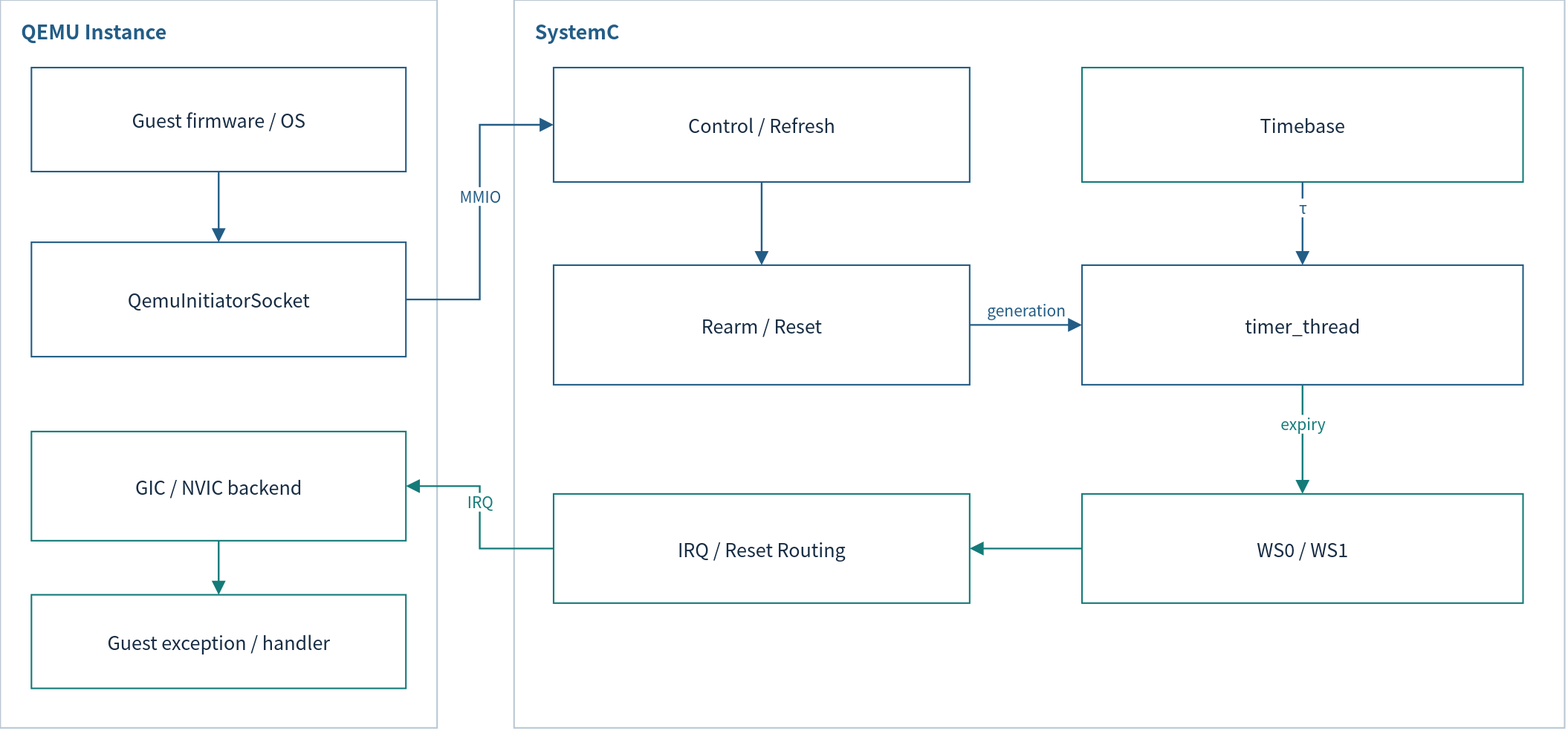
Earlier version of the draw.io export doc/phase1/watchdog/diagrams/04-qbox-model.drawio.svg (cometzero/project-apollo). Source tidied: cells renumbered, new cells last; positions are measured from the earlier drawing's top-left corner, leaving out a move shared by most shapes.
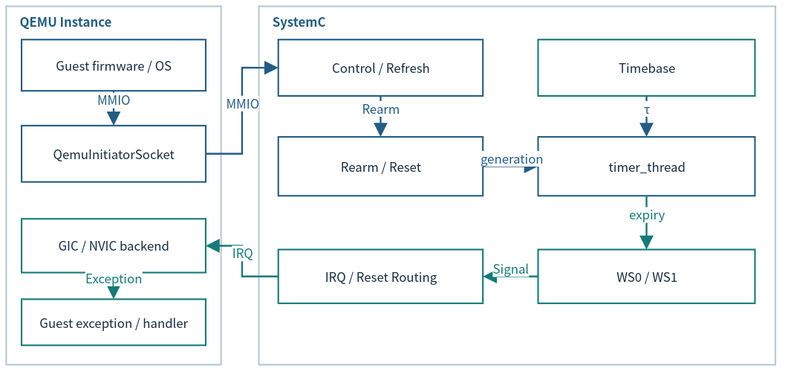
After the change.

Change to the diagram source:
```diff
@@ -2,91 +2,91 @@
   <root>
     <mxCell id="0" />
     <mxCell id="1" parent="0" />
-    <mxCell id="2" style="rounded=0;whiteSpace=wrap;html=1;fillColor=#FFFFFF;strokeWidth=1.5;fontFamily=Noto Sans CJK KR;fontSize=18;spacing=12;fontColor=#172C43;strokeColor=#BAC7D3;" parent="1" vertex="1">
-      <mxGeometry width="420" height="700" as="geometry" />
+    <mxCell id="2" style="rounded=0;whiteSpace=wrap;html=1;fillColor=#FFFFFF;strokeWidth=1.5;fontFamily=Noto Sans CJK KR;fontColor=#172C43;strokeColor=#BAC7D3;fontSize=12;spacing=3;whiteSpace=wrap;" parent="1" vertex="1">
+      <mxGeometry x="-36" y="-198" width="206.7" height="344.4" as="geometry" />
     </mxCell>
-    <mxCell id="3" value="QEMU Instance" style="rounded=0;whiteSpace=wrap;html=1;fillColor=#FFFFFF;strokeWidth=1.5;fontFamily=Noto Sans CJK KR;fontSize=18;spacing=12;fontColor=#172C43;strokeColor=none;fillColor=none;spacing=0;align=left;verticalAlign=middle;fontSize=19;fontColor=#235D86;fontStyle=1;" parent="1" vertex="1">
-      <mxGeometry x="20" y="14" width="380" height="32" as="geometry" />
+    <mxCell id="3" value="QEMU Instance" style="rounded=0;whiteSpace=wrap;html=1;fillColor=#FFFFFF;strokeWidth=1.5;fontFamily=Noto Sans CJK KR;fontColor=#172C43;strokeColor=none;fillColor=none;align=left;verticalAlign=middle;fontColor=#235D86;fontStyle=1;fontSize=12;spacing=3;whiteSpace=wrap;" parent="1" vertex="1">
+      <mxGeometry x="-26.2" y="-191.1" width="187" height="15.7" as="geometry" />
     </mxCell>
-    <mxCell id="4" value="Guest firmware / OS" style="rounded=0;whiteSpace=wrap;html=1;fillColor=#FFFFFF;strokeWidth=1.5;fontFamily=Noto Sans CJK KR;fontSize=18;spacing=12;fontColor=#172C43;strokeColor=#235D86;" parent="1" vertex="1">
-      <mxGeometry x="30" y="65" width="360" height="100" as="geometry" />
+    <mxCell id="4" value="Guest firmware / OS" style="rounded=0;whiteSpace=wrap;html=1;fillColor=#FFFFFF;strokeWidth=1.5;fontFamily=Noto Sans CJK KR;fontColor=#172C43;strokeColor=#235D86;fontSize=12;spacing=3;whiteSpace=wrap;" parent="1" vertex="1">
+      <mxGeometry x="-21.2" y="-166" width="177.1" height="49.2" as="geometry" />
     </mxCell>
-    <mxCell id="5" value="QemuInitiatorSocket" style="rounded=0;whiteSpace=wrap;html=1;fillColor=#FFFFFF;strokeWidth=1.5;fontFamily=Noto Sans CJK KR;fontSize=18;spacing=12;fontColor=#172C43;strokeColor=#235D86;" parent="1" vertex="1">
-      <mxGeometry x="30" y="233" width="360" height="110" as="geometry" />
+    <mxCell id="5" value="QemuInitiatorSocket" style="rounded=0;whiteSpace=wrap;html=1;fillColor=#FFFFFF;strokeWidth=1.5;fontFamily=Noto Sans CJK KR;fontColor=#172C43;strokeColor=#235D86;fontSize=12;spacing=3;whiteSpace=wrap;" parent="1" vertex="1">
+      <mxGeometry x="-21.2" y="-83.4" width="177.1" height="54.1" as="geometry" />
     </mxCell>
-    <mxCell id="6" value="GIC / NVIC backend" style="rounded=0;whiteSpace=wrap;html=1;fillColor=#FFFFFF;strokeWidth=1.5;fontFamily=Noto Sans CJK KR;fontSize=18;spacing=12;fontColor=#172C43;strokeColor=#147B79;" parent="1" vertex="1">
-      <mxGeometry x="30" y="415" width="360" height="105" as="geometry" />
+    <mxCell id="6" value="GIC / NVIC backend" style="rounded=0;whiteSpace=wrap;html=1;fillColor=#FFFFFF;strokeWidth=1.5;fontFamily=Noto Sans CJK KR;fontColor=#172C43;strokeColor=#147B79;fontSize=12;spacing=3;whiteSpace=wrap;" parent="1" vertex="1">
+      <mxGeometry x="-21.2" y="6.2" width="177.1" height="51.7" as="geometry" />
     </mxCell>
-    <mxCell id="7" value="Guest exception / handler" style="rounded=0;whiteSpace=wrap;html=1;fillColor=#FFFFFF;strokeWidth=1.5;fontFamily=Noto Sans CJK KR;fontSize=18;spacing=12;fontColor=#172C43;strokeColor=#147B79;" parent="1" vertex="1">
-      <mxGeometry x="30" y="572" width="360" height="90" as="geometry" />
+    <mxCell id="7" value="Guest exception / handler" style="rounded=0;whiteSpace=wrap;html=1;fillColor=#FFFFFF;strokeWidth=1.5;fontFamily=Noto Sans CJK KR;fontColor=#172C43;strokeColor=#147B79;fontSize=12;spacing=3;whiteSpace=wrap;" parent="1" vertex="1">
+      <mxGeometry x="-21.2" y="83.4" width="177.1" height="44.3" as="geometry" />
     </mxCell>
-    <mxCell id="8" style="html=1;whiteSpace=nowrap;edgeStyle=orthogonalEdgeStyle;rounded=0;endArrow=block;endSize=9;strokeWidth=1.7;strokeColor=#235D86;fontColor=#235D86;fontFamily=Noto Sans CJK KR;fontSize=15;labelBackgroundColor=#FFFFFF;" parent="1" edge="1" source="4" target="5">
+    <mxCell id="8" value="MMIO" style="html=1;edgeStyle=orthogonalEdgeStyle;rounded=0;endArrow=block;endSize=9;strokeWidth=1.7;strokeColor=#235D86;fontColor=#235D86;fontFamily=Noto Sans CJK KR;labelBackgroundColor=#FFFFFF;fontSize=12;spacing=3;whiteSpace=nowrap;" parent="1" edge="1" source="4" target="5">
       <mxGeometry relative="1" as="geometry">
-        <mxPoint y="-16" as="offset" />
+        <mxPoint y="-7.9" as="offset" />
       </mxGeometry>
     </mxCell>
-    <mxCell id="9" style="html=1;whiteSpace=nowrap;edgeStyle=orthogonalEdgeStyle;rounded=0;endArrow=block;endSize=9;strokeWidth=1.7;strokeColor=#147B79;fontColor=#147B79;fontFamily=Noto Sans CJK KR;fontSize=15;labelBackgroundColor=#FFFFFF;" parent="1" edge="1" source="6" target="7">
+    <mxCell id="9" value="Exception" style="html=1;edgeStyle=orthogonalEdgeStyle;rounded=0;endArrow=block;endSize=9;strokeWidth=1.7;strokeColor=#147B79;fontColor=#147B79;fontFamily=Noto Sans CJK KR;labelBackgroundColor=#FFFFFF;fontSize=12;spacing=3;whiteSpace=nowrap;" parent="1" edge="1" source="6" target="7">
       <mxGeometry relative="1" as="geometry">
-        <mxPoint y="-16" as="offset" />
+        <mxPoint y="-7.9" as="offset" />
       </mxGeometry>
     </mxCell>
-    <mxCell id="10" style="rounded=0;whiteSpace=wrap;html=1;fillColor=#FFFFFF;strokeWidth=1.5;fontFamily=Noto Sans CJK KR;fontSize=18;spacing=12;fontColor=#172C43;strokeColor=#BAC7D3;" parent="1" vertex="1">
-      <mxGeometry x="494" width="1010" height="700" as="geometry" />
+    <mxCell id="10" style="rounded=0;whiteSpace=wrap;html=1;fillColor=#FFFFFF;strokeWidth=1.5;fontFamily=Noto Sans CJK KR;fontColor=#172C43;strokeColor=#BAC7D3;fontSize=12;spacing=3;whiteSpace=wrap;" parent="1" vertex="1">
+      <mxGeometry x="207.1" y="-198" width="496.9" height="344.4" as="geometry" />
     </mxCell>
-    <mxCell id="11" value="SystemC" style="rounded=0;whiteSpace=wrap;html=1;fillColor=#FFFFFF;strokeWidth=1.5;fontFamily=Noto Sans CJK KR;fontSize=18;spacing=12;fontColor=#172C43;strokeColor=none;fillColor=none;spacing=0;align=left;verticalAlign=middle;fontSize=19;fontColor=#235D86;fontStyle=1;" parent="1" vertex="1">
-      <mxGeometry x="514" y="14" width="970" height="32" as="geometry" />
+    <mxCell id="11" value="SystemC" style="rounded=0;whiteSpace=wrap;html=1;fillColor=#FFFFFF;strokeWidth=1.5;fontFamily=Noto Sans CJK KR;fontColor=#172C43;strokeColor=none;fillColor=none;align=left;verticalAlign=middle;fontColor=#235D86;fontStyle=1;fontSize=12;spacing=3;whiteSpace=wrap;" parent="1" vertex="1">
+      <mxGeometry x="216.9" y="-191.1" width="477.3" height="15.7" as="geometry" />
     </mxCell>
-    <mxCell id="12" value="Control / Refresh" style="rounded=0;whiteSpace=wrap;html=1;fillColor=#FFFFFF;strokeWidth=1.5;fontFamily=Noto Sans CJK KR;fontSize=18;spacing=12;fontColor=#172C43;strokeColor=#235D86;" parent="1" vertex="1">
-      <mxGeometry x="532" y="65" width="400" height="110" as="geometry" />
+    <mxCell id="12" value="Control / Refresh" style="rounded=0;whiteSpace=wrap;html=1;fillColor=#FFFFFF;strokeWidth=1.5;fontFamily=Noto Sans CJK KR;fontColor=#172C43;strokeColor=#235D86;fontSize=12;spacing=3;whiteSpace=wrap;" parent="1" vertex="1">
+      <mxGeometry x="225.8" y="-166" width="196.8" height="54.1" as="geometry" />
     </mxCell>
-    <mxCell id="13" value="Timebase" style="rounded=0;whiteSpace=wrap;html=1;fillColor=#FFFFFF;strokeWidth=1.5;fontFamily=Noto Sans CJK KR;fontSize=18;spacing=12;fontColor=#172C43;strokeColor=#147B79;" parent="1" vertex="1">
-      <mxGeometry x="1040" y="65" width="424" height="110" as="geometry" />
+    <mxCell id="13" value="Timebase" style="rounded=0;whiteSpace=wrap;html=1;fillColor=#FFFFFF;strokeWidth=1.5;fontFamily=Noto Sans CJK KR;fontColor=#172C43;strokeColor=#147B79;fontSize=12;spacing=3;whiteSpace=wrap;" parent="1" vertex="1">
+      <mxGeometry x="475.7" y="-166" width="208.6" height="54.1" as="geometry" />
     </mxCell>
-    <mxCell id="14" value="Rearm / Reset" style="rounded=0;whiteSpace=wrap;html=1;fillColor=#FFFFFF;strokeWidth=1.5;fontFamily=Noto Sans CJK KR;fontSize=18;spacing=12;fontColor=#172C43;strokeColor=#235D86;" parent="1" vertex="1">
-      <mxGeometry x="532" y="255" width="400" height="115" as="geometry" />
+    <mxCell id="14" value="Rearm / Reset" style="rounded=0;whiteSpace=wrap;html=1;fillColor=#FFFFFF;strokeWidth=1.5;fontFamily=Noto Sans CJK KR;fontColor=#172C43;strokeColor=#235D86;fontSize=12;spacing=3;whiteSpace=wrap;" parent="1" vertex="1">
+      <mxGeometry x="225.8" y="-72.5" width="196.8" height="56.6" as="geometry" />
     </mxCell>
-    <mxCell id="15" value="timer_thread" style="rounded=0;whiteSpace=wrap;html=1;fillColor=#FFFFFF;strokeWidth=1.5;fontFamily=Noto Sans CJK KR;fontSize=18;spacing=12;fontColor=#172C43;strokeColor=#235D86;" parent="1" vertex="1">
-      <mxGeometry x="1040" y="255" width="424" height="115" as="geometry" />
+    <mxCell id="15" value="timer_thread" style="rounded=0;whiteSpace=wrap;html=1;fillColor=#FFFFFF;strokeWidth=1.5;fontFamily=Noto Sans CJK KR;fontColor=#172C43;strokeColor=#235D86;fontSize=12;spacing=3;whiteSpace=wrap;" parent="1" vertex="1">
+      <mxGeometry x="475.7" y="-72.5" width="208.6" height="56.6" as="geometry" />
     </mxCell>
-    <mxCell id="16" value="WS0 / WS1" style="rounded=0;whiteSpace=wrap;html=1;fillColor=#FFFFFF;strokeWidth=1.5;fontFamily=Noto Sans CJK KR;fontSize=18;spacing=12;fontColor=#172C43;strokeColor=#147B79;" parent="1" vertex="1">
-      <mxGeometry x="1040" y="475" width="424" height="105" as="geometry" />
+    <mxCell id="16" value="WS0 / WS1" style="rounded=0;whiteSpace=wrap;html=1;fillColor=#FFFFFF;strokeWidth=1.5;fontFamily=Noto Sans CJK KR;fontColor=#172C43;strokeColor=#147B79;fontSize=12;spacing=3;whiteSpace=wrap;" parent="1" vertex="1">
+      <mxGeometry x="475.7" y="35.7" width="208.6" height="51.7" as="geometry" />
     </mxCell>
-    <mxCell id="17" value="IRQ / Reset Routing" style="rounded=0;whiteSpace=wrap;html=1;fillColor=#FFFFFF;strokeWidth=1.5;fontFamily=Noto Sans CJK KR;fontSize=18;spacing=12;fontColor=#172C43;strokeColor=#147B79;" parent="1" vertex="1">
-      <mxGeometry x="532" y="475" width="400" height="105" as="geometry" />
+    <mxCell id="17" value="IRQ / Reset Routing" style="rounded=0;whiteSpace=wrap;html=1;fillColor=#FFFFFF;strokeWidth=1.5;fontFamily=Noto Sans CJK KR;fontColor=#172C43;strokeColor=#147B79;fontSize=12;spacing=3;whiteSpace=wrap;" parent="1" vertex="1">
+      <mxGeometry x="225.8" y="35.7" width="196.8" height="51.7" as="geometry" />
     </mxCell>
-    <mxCell id="18" value="MMIO" style="html=1;whiteSpace=nowrap;edgeStyle=orthogonalEdgeStyle;rounded=0;endArrow=block;endSize=9;strokeWidth=1.7;strokeColor=#235D86;fontColor=#235D86;fontFamily=Noto Sans CJK KR;fontSize=15;labelBackgroundColor=#FFFFFF;exitX=1;exitY=0.5;entryX=0;entryY=0.5;" parent="1" edge="1" source="5" target="12">
+    <mxCell id="18" value="MMIO" style="html=1;edgeStyle=orthogonalEdgeStyle;rounded=0;endArrow=block;endSize=9;strokeWidth=1.7;strokeColor=#235D86;fontColor=#235D86;fontFamily=Noto Sans CJK KR;labelBackgroundColor=#FFFFFF;exitX=1;exitY=0.5;entryX=0;entryY=0.5;fontSize=12;spacing=3;whiteSpace=nowrap;" parent="1" edge="1" source="5" target="12">
       <mxGeometry relative="1" as="geometry">
-        <mxPoint y="-16" as="offset" />
+        <mxPoint y="-7.9" as="offset" />
       </mxGeometry>
     </mxCell>
-    <mxCell id="19" style="html=1;whiteSpace=nowrap;edgeStyle=orthogonalEdgeStyle;rounded=0;endArrow=block;endSize=9;strokeWidth=1.7;strokeColor=#235D86;fontColor=#235D86;fontFamily=Noto Sans CJK KR;fontSize=15;labelBackgroundColor=#FFFFFF;" parent="1" edge="1" source="12" target="14">
+    <mxCell id="19" value="Rearm" style="html=1;edgeStyle=orthogonalEdgeStyle;rounded=0;endArrow=block;endSize=9;strokeWidth=1.7;strokeColor=#235D86;fontColor=#235D86;fontFamily=Noto Sans CJK KR;labelBackgroundColor=#FFFFFF;fontSize=12;spacing=3;whiteSpace=nowrap;" parent="1" edge="1" source="12" target="14">
       <mxGeometry relative="1" as="geometry">
-        <mxPoint y="-16" as="offset" />
+        <mxPoint y="-7.9" as="offset" />
       </mxGeometry>
     </mxCell>
-    <mxCell id="20" value="τ" style="html=1;whiteSpace=nowrap;edgeStyle=orthogonalEdgeStyle;rounded=0;endArrow=block;endSize=9;strokeWidth=1.7;strokeColor=#235D86;fontColor=#235D86;fontFamily=Noto Sans CJK KR;fontSize=15;labelBackgroundColor=#FFFFFF;" parent="1" edge="1" source="13" target="15">
+    <mxCell id="20" value="τ" style="html=1;edgeStyle=orthogonalEdgeStyle;rounded=0;endArrow=block;endSize=9;strokeWidth=1.7;strokeColor=#235D86;fontColor=#235D86;fontFamily=Noto Sans CJK KR;labelBackgroundColor=#FFFFFF;fontSize=12;spacing=3;whiteSpace=nowrap;" parent="1" edge="1" source="13" target="15">
       <mxGeometry relative="1" as="geometry">
-        <mxPoint y="-16" as="offset" />
+        <mxPoint y="-7.9" as="offset" />
       </mxGeometry>
     </mxCell>
-    <mxCell id="21" value="generation" style="html=1;whiteSpace=nowrap;edgeStyle=orthogonalEdgeStyle;rounded=0;endArrow=block;endSize=9;strokeWidth=1.7;strokeColor=#235D86;fontColor=#235D86;fontFamily=Noto Sans CJK KR;fontSize=15;labelBackgroundColor=#FFFFFF;" parent="1" edge="1" source="14" target="15">
+    <mxCell id="21" value="generation" style="html=1;edgeStyle=orthogonalEdgeStyle;rounded=0;endArrow=block;endSize=9;strokeWidth=1.7;strokeColor=#235D86;fontColor=#235D86;fontFamily=Noto Sans CJK KR;labelBackgroundColor=#FFFFFF;fontSize=12;spacing=3;whiteSpace=nowrap;" parent="1" edge="1" source="14" target="15">
       <mxGeometry relative="1" as="geometry">
-        <mxPoint y="-16" as="offset" />
+        <mxPoint y="-7.9" as="offset" />
       </mxGeometry>
     </mxCell>
-    <mxCell id="22" value="expiry" style="html=1;whiteSpace=nowrap;edgeStyle=orthogonalEdgeStyle;rounded=0;endArrow=block;endSize=9;strokeWidth=1.7;strokeColor=#147B79;fontColor=#147B79;fontFamily=Noto Sans CJK KR;fontSize=15;labelBackgroundColor=#FFFFFF;" parent="1" edge="1" source="15" target="16">
+    <mxCell id="22" value="expiry" style="html=1;edgeStyle=orthogonalEdgeStyle;rounded=0;endArrow=block;endSize=9;strokeWidth=1.7;strokeColor=#147B79;fontColor=#147B79;fontFamily=Noto Sans CJK KR;labelBackgroundColor=#FFFFFF;fontSize=12;spacing=3;whiteSpace=nowrap;" parent="1" edge="1" source="15" target="16">
       <mxGeometry relative="1" as="geometry">
-        <mxPoint y="-16" as="offset" />
+        <mxPoint y="-7.9" as="offset" />
       </mxGeometry>
     </mxCell>
-    <mxCell id="23" style="html=1;whiteSpace=nowrap;edgeStyle=orthogonalEdgeStyle;rounded=0;endArrow=block;endSize=9;strokeWidth=1.7;strokeColor=#147B79;fontColor=#147B79;fontFamily=Noto Sans CJK KR;fontSize=15;labelBackgroundColor=#FFFFFF;" parent="1" edge="1" source="16" target="17">
+    <mxCell id="23" value="Signal" style="html=1;edgeStyle=orthogonalEdgeStyle;rounded=0;endArrow=block;endSize=9;strokeWidth=1.7;strokeColor=#147B79;fontColor=#147B79;fontFamily=Noto Sans CJK KR;labelBackgroundColor=#FFFFFF;fontSize=12;spacing=3;whiteSpace=nowrap;" parent="1" edge="1" source="16" target="17">
       <mxGeometry relative="1" as="geometry">
-        <mxPoint y="-16" as="offset" />
+        <mxPoint y="-7.9" as="offset" />
       </mxGeometry>
     </mxCell>
-    <mxCell id="24" value="IRQ" style="html=1;whiteSpace=nowrap;edgeStyle=orthogonalEdgeStyle;rounded=0;endArrow=block;endSize=9;strokeWidth=1.7;strokeColor=#147B79;fontColor=#147B79;fontFamily=Noto Sans CJK KR;fontSize=15;labelBackgroundColor=#FFFFFF;" parent="1" edge="1" source="17" target="6">
+    <mxCell id="24" value="IRQ" style="html=1;edgeStyle=orthogonalEdgeStyle;rounded=0;endArrow=block;endSize=9;strokeWidth=1.7;strokeColor=#147B79;fontColor=#147B79;fontFamily=Noto Sans CJK KR;labelBackgroundColor=#FFFFFF;fontSize=12;spacing=3;whiteSpace=nowrap;" parent="1" edge="1" source="17" target="6">
       <mxGeometry relative="1" as="geometry">
-        <mxPoint y="-16" as="offset" />
+        <mxPoint y="-7.9" as="offset" />
       </mxGeometry>
     </mxCell>
   </root>
```
